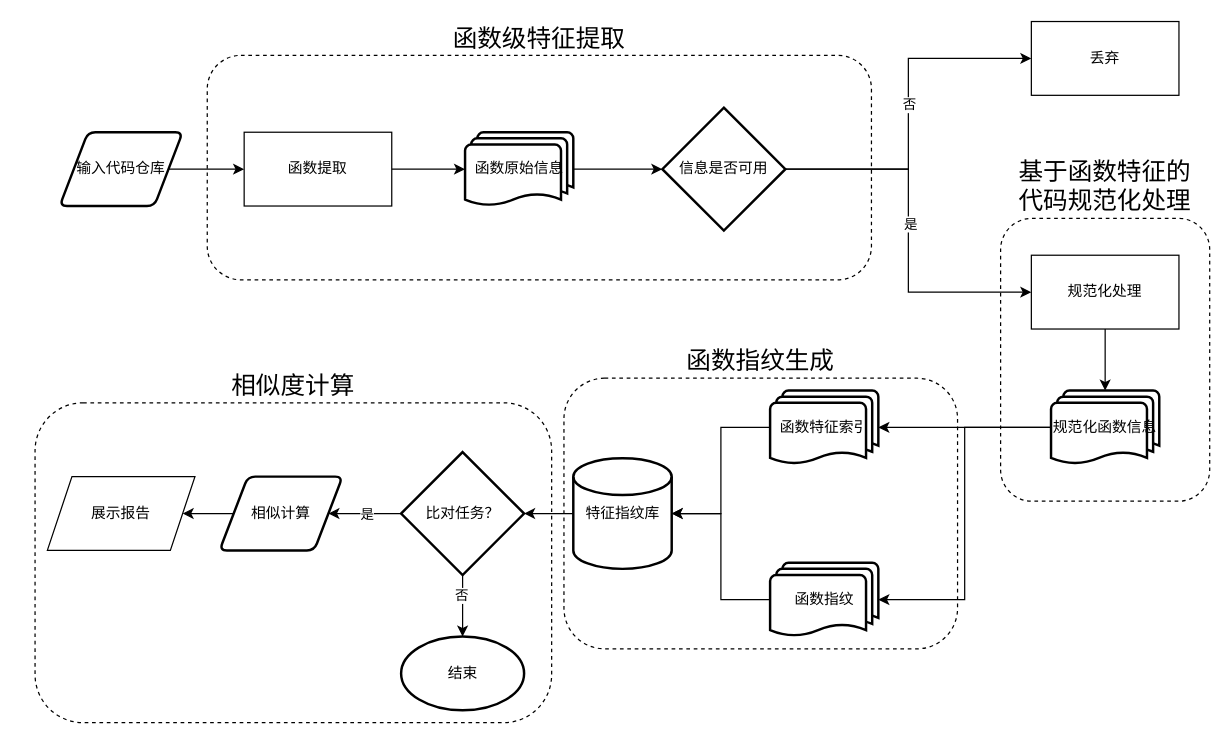
Earlier version of the draw.io diagram 设计流程图.drawio (wanghaoxu001/cloudimg). Source tidied: cells renumbered, new cells numbered last; positions are measured from the earlier drawing's top-left corner, leaving out a move shared by most shapes. Both pictures are drawn from the tidied source at 123%, with x=0, y=0 at pixel (34, 21).
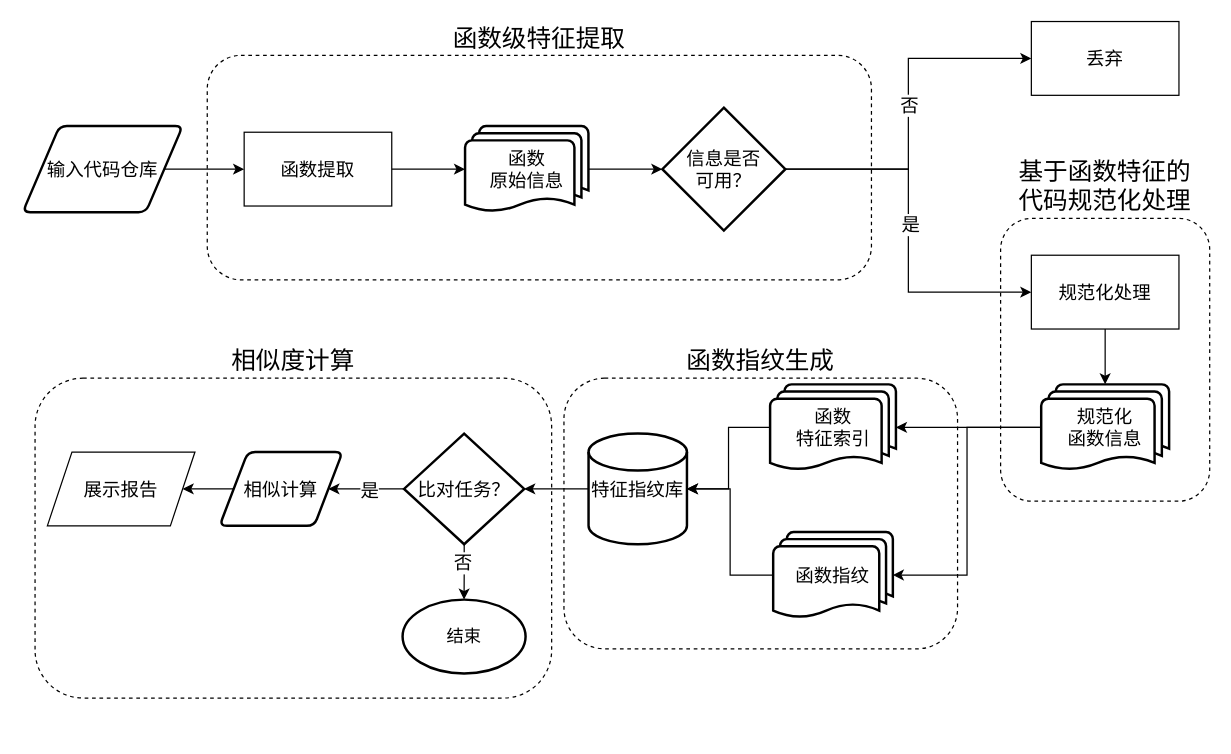
The same page after the edit.

Commit message:
更新设计流程图.drawio

Unchanged cells that the change refers to:
```xml
<mxCell id="8" style="edgeStyle=orthogonalEdgeStyle;rounded=0;jettySize=auto;html=1;entryX=0;entryY=0.5;entryDx=0;entryDy=0;" parent="1" edge="1" source="12" target="32">
  <mxGeometry relative="1" as="geometry">
    <Array as="points">
      <mxPoint x="710" y="120" />
      <mxPoint x="710" y="30" />
    </Array>
  </mxGeometry>
</mxCell>
<mxCell id="10" style="edgeStyle=orthogonalEdgeStyle;rounded=0;jettySize=auto;html=1;entryX=0;entryY=0.5;entryDx=0;entryDy=0;" parent="1" edge="1" source="12" target="34">
  <mxGeometry relative="1" as="geometry">
    <Array as="points">
      <mxPoint x="710" y="120" />
      <mxPoint x="710" y="220" />
    </Array>
  </mxGeometry>
</mxCell>
<mxCell id="22" style="edgeStyle=orthogonalEdgeStyle;rounded=0;jettySize=auto;html=1;" parent="1" edge="1" source="26" target="28">
  <mxGeometry relative="1" as="geometry" />
</mxCell>
<mxCell id="24" style="edgeStyle=orthogonalEdgeStyle;rounded=0;jettySize=auto;html=1;" parent="1" edge="1" source="26" target="29">
  <mxGeometry relative="1" as="geometry" />
</mxCell>
```

The edit, as a diff of the source:
```diff
@@
     <mxCell id="2" value="相似度计算" style="rounded=1;whiteSpace=wrap;html=1;dashed=1;fontSize=20;labelPosition=center;verticalLabelPosition=top;align=center;verticalAlign=bottom;" parent="1" vertex="1">
-      <mxGeometry y="310" width="420" height="260" as="geometry" />
+      <mxGeometry y="290" width="420" height="260" as="geometry" />
     </mxCell>
@@
-    <mxCell id="7" value="函数原始信息" style="strokeWidth=2;html=1;shape=mxgraph.flowchart.multi-document;whiteSpace=wrap;" parent="1" vertex="1">
-      <mxGeometry x="349.6" y="90" width="88" height="60" as="geometry" />
+    <mxCell id="7" value="函数&lt;br&gt;原始信息" style="strokeWidth=2;html=1;shape=mxgraph.flowchart.multi-document;whiteSpace=wrap;fontSize=15;" parent="1" vertex="1">
+      <mxGeometry x="349.6" y="85" width="100.3" height="70" as="geometry" />
     </mxCell>
@@
-    <mxCell id="9" value="否" style="edgeLabel;html=1;align=center;verticalAlign=middle;" parent="8" vertex="1">
+    <mxCell id="9" value="否" style="edgeLabel;html=1;align=center;verticalAlign=middle;fontSize=15;" parent="8" vertex="1">
       <mxGeometry x="0.19" relative="1" as="geometry">
         <mxPoint y="20" as="offset" />
       </mxGeometry>
     </mxCell>
@@
-    <mxCell id="11" value="是" style="edgeLabel;html=1;align=center;verticalAlign=middle;" parent="10" vertex="1">
+    <mxCell id="11" value="是" style="edgeLabel;html=1;align=center;verticalAlign=middle;fontSize=15;" parent="10" vertex="1">
       <mxGeometry x="-0.04" y="1" relative="1" as="geometry" />
     </mxCell>
-    <mxCell id="12" value="信息是否可用" style="strokeWidth=2;html=1;shape=mxgraph.flowchart.decision;whiteSpace=wrap;" parent="1" vertex="1">
+    <mxCell id="12" value="信息是否&lt;br style=&quot;font-size: 15px;&quot;&gt;可用？" style="strokeWidth=2;html=1;shape=mxgraph.flowchart.decision;whiteSpace=wrap;fontSize=15;" parent="1" vertex="1">
       <mxGeometry x="510" y="70" width="100" height="100" as="geometry" />
     </mxCell>
@@
-    <mxCell id="14" style="edgeStyle=orthogonalEdgeStyle;rounded=0;jettySize=auto;html=1;entryX=1;entryY=0.5;entryDx=0;entryDy=0;entryPerimeter=0;fontSize=20;" parent="1" edge="1" source="15" target="17">
+    <mxCell id="14" style="edgeStyle=orthogonalEdgeStyle;rounded=0;jettySize=auto;html=1;entryX=1;entryY=0.5;entryDx=0;entryDy=0;entryPerimeter=0;" parent="1" edge="1" source="15" target="17">
       <mxGeometry relative="1" as="geometry" />
     </mxCell>
-    <mxCell id="15" value="规范化函数信息" style="strokeWidth=2;html=1;shape=mxgraph.flowchart.multi-document;whiteSpace=wrap;" parent="1" vertex="1">
-      <mxGeometry x="826" y="300" width="88" height="60" as="geometry" />
+    <mxCell id="15" value="规范化&lt;br&gt;函数信息" style="strokeWidth=2;html=1;shape=mxgraph.flowchart.multi-document;whiteSpace=wrap;fontSize=15;" parent="1" vertex="1">
+      <mxGeometry x="818" y="295" width="104" height="70" as="geometry" />
     </mxCell>
@@
-    <mxCell id="17" value="函数指纹" style="strokeWidth=2;html=1;shape=mxgraph.flowchart.multi-document;whiteSpace=wrap;" parent="1" vertex="1">
-      <mxGeometry x="597.6" y="440" width="88" height="60" as="geometry" />
+    <mxCell id="17" value="函数指纹" style="strokeWidth=2;html=1;shape=mxgraph.flowchart.multi-document;whiteSpace=wrap;fontSize=15;" parent="1" vertex="1">
+      <mxGeometry x="600.1" y="415" width="97.3" height="70" as="geometry" />
     </mxCell>
@@
-    <mxCell id="19" value="函数特征索引" style="strokeWidth=2;html=1;shape=mxgraph.flowchart.multi-document;whiteSpace=wrap;" parent="1" vertex="1">
-      <mxGeometry x="597.6" y="300" width="88" height="60" as="geometry" />
+    <mxCell id="19" value="函数&lt;br&gt;特征索引" style="strokeWidth=2;html=1;shape=mxgraph.flowchart.multi-document;whiteSpace=wrap;fontSize=15;" parent="1" vertex="1">
+      <mxGeometry x="597.6" y="295" width="102.3" height="70" as="geometry" />
     </mxCell>
@@
-    <mxCell id="21" value="特征指纹库" style="strokeWidth=2;html=1;shape=mxgraph.flowchart.database;whiteSpace=wrap;" parent="1" vertex="1">
-      <mxGeometry x="437.6" y="355" width="80" height="90" as="geometry" />
+    <mxCell id="21" value="特征指纹库" style="strokeWidth=2;html=1;shape=mxgraph.flowchart.database;whiteSpace=wrap;fontSize=15;" parent="1" vertex="1">
+      <mxGeometry x="450" y="335" width="80" height="90" as="geometry" />
     </mxCell>
@@
-    <mxCell id="23" value="是" style="edgeLabel;html=1;align=center;verticalAlign=middle;" parent="22" vertex="1">
+    <mxCell id="23" value="是" style="edgeLabel;html=1;align=center;verticalAlign=middle;fontSize=15;" parent="22" vertex="1">
       <mxGeometry x="-0.32" y="-2" relative="1" as="geometry">
         <mxPoint x="-8" y="2" as="offset" />
       </mxGeometry>
     </mxCell>
@@
-    <mxCell id="25" value="否" style="edgeLabel;html=1;align=center;verticalAlign=middle;" parent="24" vertex="1">
+    <mxCell id="25" value="否" style="edgeLabel;html=1;align=center;verticalAlign=middle;fontSize=15;" parent="24" vertex="1">
       <mxGeometry x="-0.36" y="-1" relative="1" as="geometry" />
     </mxCell>
-    <mxCell id="26" value="比对任务？" style="strokeWidth=2;html=1;shape=mxgraph.flowchart.decision;whiteSpace=wrap;" parent="1" vertex="1">
-      <mxGeometry x="297.6" y="350" width="100" height="100" as="geometry" />
+    <mxCell id="26" value="比对任务？" style="strokeWidth=2;html=1;shape=mxgraph.flowchart.decision;whiteSpace=wrap;fontSize=15;" parent="1" vertex="1">
+      <mxGeometry x="300" y="335" width="97.7" height="90" as="geometry" />
     </mxCell>
@@
-    <mxCell id="28" value="相似计算" style="shape=parallelogram;html=1;strokeWidth=2;perimeter=parallelogramPerimeter;whiteSpace=wrap;rounded=1;arcSize=12;size=0.23;" parent="1" vertex="1">
-      <mxGeometry x="150" y="370" width="100" height="60" as="geometry" />
+    <mxCell id="28" value="相似计算" style="shape=parallelogram;html=1;strokeWidth=2;perimeter=parallelogramPerimeter;whiteSpace=wrap;rounded=1;arcSize=12;size=0.23;fontSize=15;" parent="1" vertex="1">
+      <mxGeometry x="150" y="350" width="100" height="60" as="geometry" />
     </mxCell>
-    <mxCell id="29" value="结束" style="strokeWidth=2;html=1;shape=mxgraph.flowchart.start_1;whiteSpace=wrap;" parent="1" vertex="1">
-      <mxGeometry x="297.6" y="500" width="100" height="60" as="geometry" />
+    <mxCell id="29" value="结束" style="strokeWidth=2;html=1;shape=mxgraph.flowchart.start_1;whiteSpace=wrap;fontSize=14;" parent="1" vertex="1">
+      <mxGeometry x="298.8" y="470" width="100" height="60" as="geometry" />
     </mxCell>
@@
-    <mxCell id="31" value="函数提取" style="rounded=0;whiteSpace=wrap;html=1;" parent="1" vertex="1">
+    <mxCell id="31" value="函数提取" style="rounded=0;whiteSpace=wrap;html=1;fontSize=15;" parent="1" vertex="1">
       <mxGeometry x="170" y="90" width="120" height="60" as="geometry" />
     </mxCell>
-    <mxCell id="32" value="丢弃" style="rounded=0;whiteSpace=wrap;html=1;" parent="1" vertex="1">
+    <mxCell id="32" value="丢弃" style="rounded=0;whiteSpace=wrap;html=1;fontSize=15;" parent="1" vertex="1">
       <mxGeometry x="810" width="120" height="60" as="geometry" />
     </mxCell>
@@
-    <mxCell id="34" value="规范化处理" style="rounded=0;whiteSpace=wrap;html=1;" parent="1" vertex="1">
+    <mxCell id="34" value="规范化处理" style="rounded=0;whiteSpace=wrap;html=1;fontSize=15;" parent="1" vertex="1">
       <mxGeometry x="810" y="190" width="120" height="60" as="geometry" />
     </mxCell>
@@
-    <mxCell id="36" value="输入代码仓库" style="shape=parallelogram;html=1;strokeWidth=2;perimeter=parallelogramPerimeter;whiteSpace=wrap;rounded=1;arcSize=12;size=0.23;" parent="1" vertex="1">
-      <mxGeometry x="20" y="90" width="100" height="60" as="geometry" />
+    <mxCell id="36" value="输入代码仓库" style="shape=parallelogram;html=1;strokeWidth=2;perimeter=parallelogramPerimeter;whiteSpace=wrap;rounded=1;arcSize=12;size=0.23;fontSize=15;" parent="1" vertex="1">
+      <mxGeometry x="-10" y="85" width="130" height="70" as="geometry" />
     </mxCell>
-    <mxCell id="37" value="展示报告" style="shape=parallelogram;perimeter=parallelogramPerimeter;whiteSpace=wrap;html=1;fixedSize=1;" parent="1" vertex="1">
-      <mxGeometry x="10" y="370" width="120" height="60" as="geometry" />
+    <mxCell id="37" value="展示报告" style="shape=parallelogram;perimeter=parallelogramPerimeter;whiteSpace=wrap;html=1;fixedSize=1;fontSize=15;" parent="1" vertex="1">
+      <mxGeometry x="10" y="350" width="120" height="60" as="geometry" />
     </mxCell>
```
